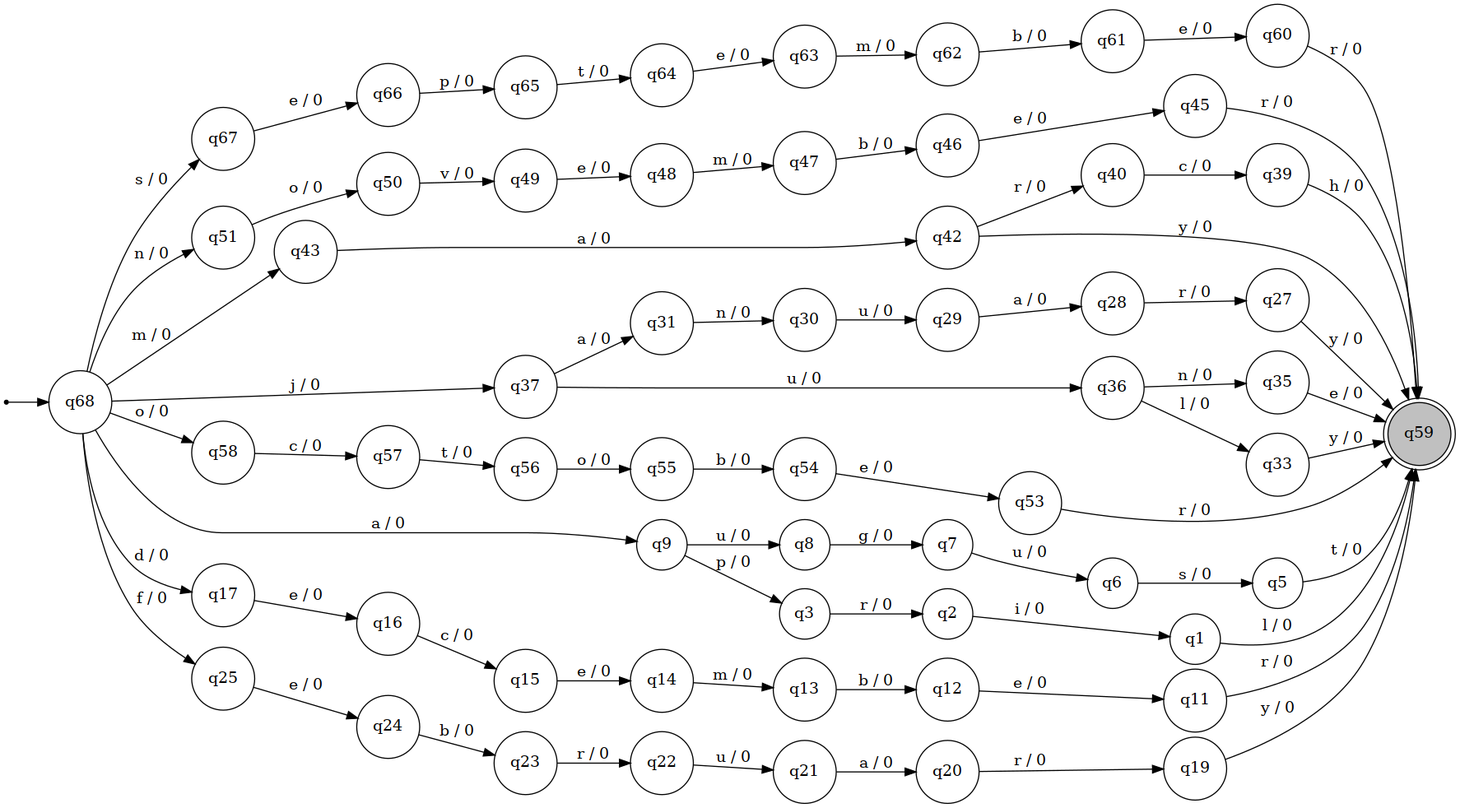
Earlier version of the Graphviz export graphs/poc_trie.png (lucasll37/CTC-34). Its source is kept beside it as graphs/graphViz/poc_trie.dot.
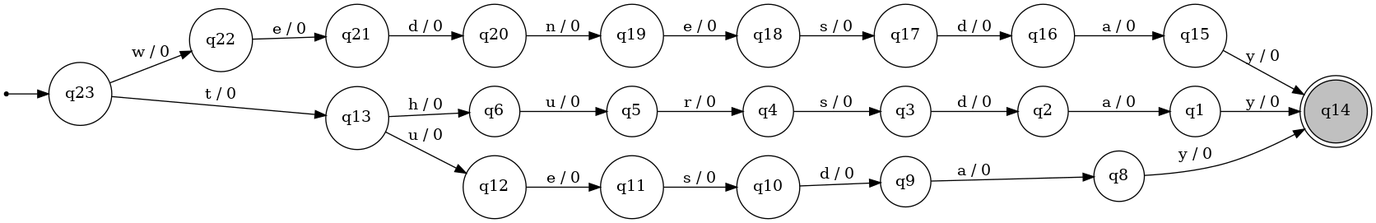
After the change.

What changed in the source:
```diff
@@ -2,133 +2,52 @@
 rankdir=LR;
 node [shape=circle];
 ini [shape=point];
-ini -> q68;
-	q68 [label="q68"];
-	q67 [label="q67"];
-	q62 [label="q62"];
-	q57 [label="q57"];
-	q56 [label="q56"];
-	q54 [label="q54"];
-	q61 [label="q61"];
-	q53 [label="q53"];
-	q51 [label="q51"];
-	q65 [label="q65"];
-	q50 [label="q50"];
-	q42 [label="q42"];
-	q43 [label="q43"];
-	q37 [label="q37"];
+ini -> q23;
+	q19 [label="q19"];
+	q17 [label="q17"];
+	q15 [label="q15"];
+	q20 [label="q20"];
 	q14 [label="q14"];
+	q14 [shape=doublecircle];
+	q14 [style=filled fillcolor=gray];
+	q22 [label="q22"];
+	q1 [label="q1"];
+	q2 [label="q2"];
+	q3 [label="q3"];
+	q23 [label="q23"];
+	q4 [label="q4"];
 	q8 [label="q8"];
+	q16 [label="q16"];
 	q11 [label="q11"];
-	q16 [label="q16"];
-	q60 [label="q60"];
-	q24 [label="q24"];
-	q58 [label="q58"];
-	q2 [label="q2"];
-	q49 [label="q49"];
-	q29 [label="q29"];
+	q9 [label="q9"];
+	q18 [label="q18"];
+	q6 [label="q6"];
+	q5 [label="q5"];
+	q10 [label="q10"];
 	q12 [label="q12"];
-	q6 [label="q6"];
-	q7 [label="q7"];
-	q63 [label="q63"];
-	q27 [label="q27"];
-	q47 [label="q47"];
-	q3 [label="q3"];
-	q46 [label="q46"];
-	q1 [label="q1"];
-	q48 [label="q48"];
-	q45 [label="q45"];
-	q40 [label="q40"];
-	q9 [label="q9"];
-	q55 [label="q55"];
-	q59 [label="q59"];
-	q59 [shape=doublecircle];
-	q59 [style=filled fillcolor=gray];
 	q21 [label="q21"];
-	q5 [label="q5"];
-	q15 [label="q15"];
-	q17 [label="q17"];
-	q20 [label="q20"];
-	q25 [label="q25"];
-	q31 [label="q31"];
-	q66 [label="q66"];
-	q35 [label="q35"];
-	q22 [label="q22"];
-	q39 [label="q39"];
-	q23 [label="q23"];
-	q64 [label="q64"];
-	q28 [label="q28"];
-	q36 [label="q36"];
-	q30 [label="q30"];
 	q13 [label="q13"];
-	q19 [label="q19"];
-	q33 [label="q33"];
-	q68 -> q9 [label="a / 0"];
-	q68 -> q51 [label="n / 0"];
-	q68 -> q17 [label="d / 0"];
-	q68 -> q25 [label="f / 0"];
-	q68 -> q67 [label="s / 0"];
-	q68 -> q37 [label="j / 0"];
-	q68 -> q43 [label="m / 0"];
-	q68 -> q58 [label="o / 0"];
-	q67 -> q66 [label="e / 0"];
-	q62 -> q61 [label="b / 0"];
-	q57 -> q56 [label="t / 0"];
-	q56 -> q55 [label="o / 0"];
-	q54 -> q53 [label="e / 0"];
-	q61 -> q60 [label="e / 0"];
-	q53 -> q59 [label="r / 0"];
-	q51 -> q50 [label="o / 0"];
-	q65 -> q64 [label="t / 0"];
-	q50 -> q49 [label="v / 0"];
-	q42 -> q40 [label="r / 0"];
-	q42 -> q59 [label="y / 0"];
-	q43 -> q42 [label="a / 0"];
-	q37 -> q31 [label="a / 0"];
-	q37 -> q36 [label="u / 0"];
-	q14 -> q13 [label="m / 0"];
-	q8 -> q7 [label="g / 0"];
-	q11 -> q59 [label="r / 0"];
-	q16 -> q15 [label="c / 0"];
-	q60 -> q59 [label="r / 0"];
-	q24 -> q23 [label="b / 0"];
-	q58 -> q57 [label="c / 0"];
-	q2 -> q1 [label="i / 0"];
-	q49 -> q48 [label="e / 0"];
-	q29 -> q28 [label="a / 0"];
+	q19 -> q18 [label="e / 0"];
+	q17 -> q16 [label="d / 0"];
+	q15 -> q14 [label="y / 0"];
+	q20 -> q19 [label="n / 0"];
+	q22 -> q21 [label="e / 0"];
+	q1 -> q14 [label="y / 0"];
+	q2 -> q1 [label="a / 0"];
+	q3 -> q2 [label="d / 0"];
+	q23 -> q13 [label="t / 0"];
+	q23 -> q22 [label="w / 0"];
+	q4 -> q3 [label="s / 0"];
+	q8 -> q14 [label="y / 0"];
+	q16 -> q15 [label="a / 0"];
+	q11 -> q10 [label="s / 0"];
+	q9 -> q8 [label="a / 0"];
+	q18 -> q17 [label="s / 0"];
+	q6 -> q5 [label="u / 0"];
+	q5 -> q4 [label="r / 0"];
+	q10 -> q9 [label="d / 0"];
 	q12 -> q11 [label="e / 0"];
-	q6 -> q5 [label="s / 0"];
-	q7 -> q6 [label="u / 0"];
-	q63 -> q62 [label="m / 0"];
-	q27 -> q59 [label="y / 0"];
-	q47 -> q46 [label="b / 0"];
-	q3 -> q2 [label="r / 0"];
-	q46 -> q45 [label="e / 0"];
-	q1 -> q59 [label="l / 0"];
-	q48 -> q47 [label="m / 0"];
-	q45 -> q59 [label="r / 0"];
-	q40 -> q39 [label="c / 0"];
-	q9 -> q3 [label="p / 0"];
-	q9 -> q8 [label="u / 0"];
-	q55 -> q54 [label="b / 0"];
-	q21 -> q20 [label="a / 0"];
-	q5 -> q59 [label="t / 0"];
-	q15 -> q14 [label="e / 0"];
-	q17 -> q16 [label="e / 0"];
-	q20 -> q19 [label="r / 0"];
-	q25 -> q24 [label="e / 0"];
-	q31 -> q30 [label="n / 0"];
-	q66 -> q65 [label="p / 0"];
-	q35 -> q59 [label="e / 0"];
-	q22 -> q21 [label="u / 0"];
-	q39 -> q59 [label="h / 0"];
-	q23 -> q22 [label="r / 0"];
-	q64 -> q63 [label="e / 0"];
-	q28 -> q27 [label="r / 0"];
-	q36 -> q33 [label="l / 0"];
-	q36 -> q35 [label="n / 0"];
-	q30 -> q29 [label="u / 0"];
-	q13 -> q12 [label="b / 0"];
-	q19 -> q59 [label="y / 0"];
-	q33 -> q59 [label="y / 0"];
+	q21 -> q20 [label="d / 0"];
+	q13 -> q6 [label="h / 0"];
+	q13 -> q12 [label="u / 0"];
 }
```
